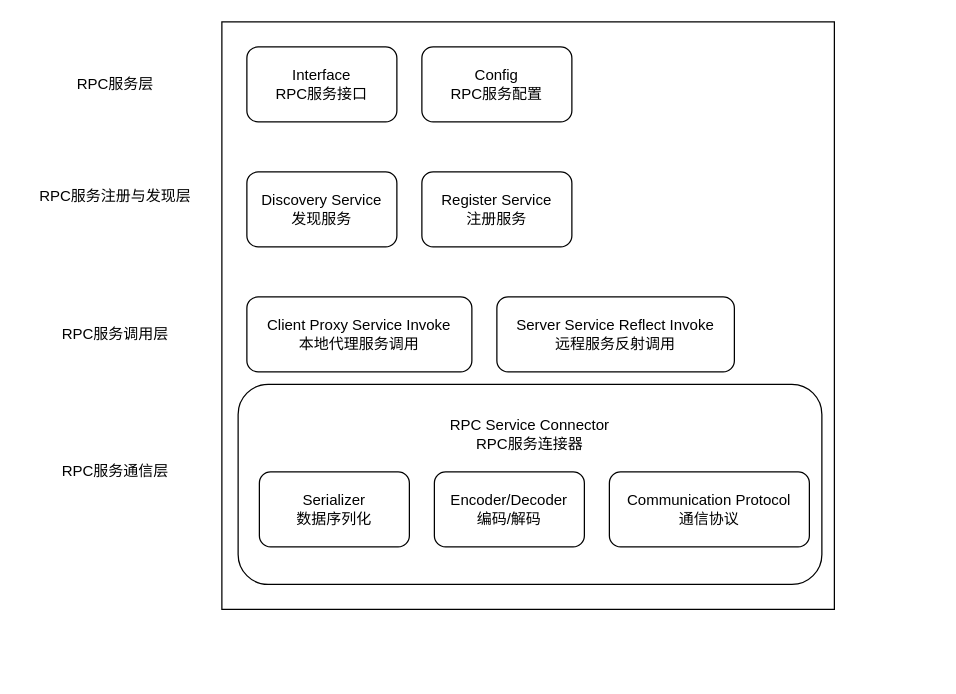
Earlier version of the draw.io diagram page "system-level" (8 of 9) of RPC客户端.drawio (win0909/000). Source tidied: cells renumbered, new cells numbered last; positions are measured from the earlier drawing's top-left corner, leaving out a move shared by most shapes. Both pictures are drawn from the tidied source at 125%, with x=0, y=0 at pixel (21, 21).
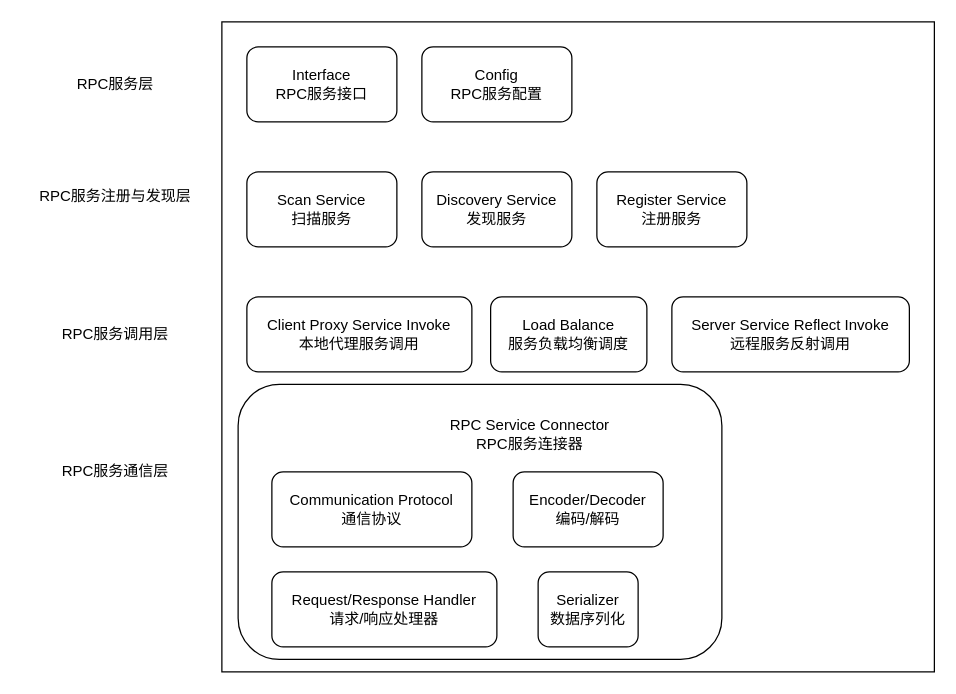
After the change.

What changed in the source:
```diff
@@
     <mxCell id="2" style="rounded=0;whiteSpace=wrap;html=1;" parent="1" vertex="1">
-      <mxGeometry x="160" width="490" height="470" as="geometry" />
+      <mxGeometry x="160" width="570" height="520" as="geometry" />
     </mxCell>
     <mxCell id="3" style="rounded=1;whiteSpace=wrap;html=1;" parent="1" vertex="1">
-      <mxGeometry x="173" y="290" width="467" height="160" as="geometry" />
+      <mxGeometry x="173" y="290" width="387" height="220" as="geometry" />
     </mxCell>
@@
-    <mxCell id="5" value="&lt;div&gt;Discovery&amp;nbsp;Service&lt;/div&gt;&lt;div&gt;发现服务&lt;/div&gt;" style="rounded=1;whiteSpace=wrap;html=1;" parent="1" vertex="1">
+    <mxCell id="5" value="&lt;div&gt;Scan Service&lt;/div&gt;&lt;div&gt;扫描服务&lt;/div&gt;" style="rounded=1;whiteSpace=wrap;html=1;" parent="1" vertex="1">
       <mxGeometry x="180" y="120" width="120" height="60" as="geometry" />
     </mxCell>
@@
     <mxCell id="7" value="Serializer&lt;br&gt;数据序列化" style="rounded=1;whiteSpace=wrap;html=1;" parent="1" vertex="1">
-      <mxGeometry x="190" y="360" width="120" height="60" as="geometry" />
+      <mxGeometry x="413" y="440" width="80" height="60" as="geometry" />
     </mxCell>
     <mxCell id="8" value="Encoder/Decoder&lt;br&gt;编码/解码" style="rounded=1;whiteSpace=wrap;html=1;" parent="1" vertex="1">
-      <mxGeometry x="330" y="360" width="120" height="60" as="geometry" />
+      <mxGeometry x="393" y="360" width="120" height="60" as="geometry" />
     </mxCell>
@@
     <mxCell id="10" value="&lt;span&gt;Register&amp;nbsp;&lt;/span&gt;&lt;span&gt;Service&lt;/span&gt;&lt;span&gt;&lt;br&gt;&lt;/span&gt;&lt;div&gt;注册服务&lt;/div&gt;" style="rounded=1;whiteSpace=wrap;html=1;" parent="1" vertex="1">
-      <mxGeometry x="320" y="120" width="120" height="60" as="geometry" />
+      <mxGeometry x="460" y="120" width="120" height="60" as="geometry" />
     </mxCell>
     <mxCell id="11" value="Server&amp;nbsp;Service&amp;nbsp;Reflect&amp;nbsp;Invoke&lt;br&gt;远程服务反射调用" style="rounded=1;whiteSpace=wrap;html=1;" parent="1" vertex="1">
-      <mxGeometry x="380" y="220" width="190" height="60" as="geometry" />
+      <mxGeometry x="520" y="220" width="190" height="60" as="geometry" />
     </mxCell>
     <mxCell id="12" value="Communication&amp;nbsp;Protocol&lt;br&gt;通信协议" style="rounded=1;whiteSpace=wrap;html=1;" parent="1" vertex="1">
-      <mxGeometry x="470" y="360" width="160" height="60" as="geometry" />
+      <mxGeometry x="200" y="360" width="160" height="60" as="geometry" />
     </mxCell>
@@
+    <mxCell id="18" value="&lt;div&gt;Discovery&amp;nbsp;Service&lt;/div&gt;&lt;div&gt;发现服务&lt;/div&gt;" style="rounded=1;whiteSpace=wrap;html=1;" parent="1" vertex="1">
+      <mxGeometry x="320" y="120" width="120" height="60" as="geometry" />
+    </mxCell>
+    <mxCell id="19" value="&lt;p&gt;Load&amp;nbsp;Balance&lt;br&gt;服务负载均衡调度&lt;/p&gt;" style="rounded=1;whiteSpace=wrap;html=1;" parent="1" vertex="1">
+      <mxGeometry x="375" y="220" width="125" height="60" as="geometry" />
+    </mxCell>
+    <mxCell id="20" value="Request/Response&amp;nbsp;Handler&lt;br&gt;请求/响应处理器&lt;br&gt;" style="rounded=1;whiteSpace=wrap;html=1;" parent="1" vertex="1">
+      <mxGeometry x="200" y="440" width="180" height="60" as="geometry" />
+    </mxCell>
```
